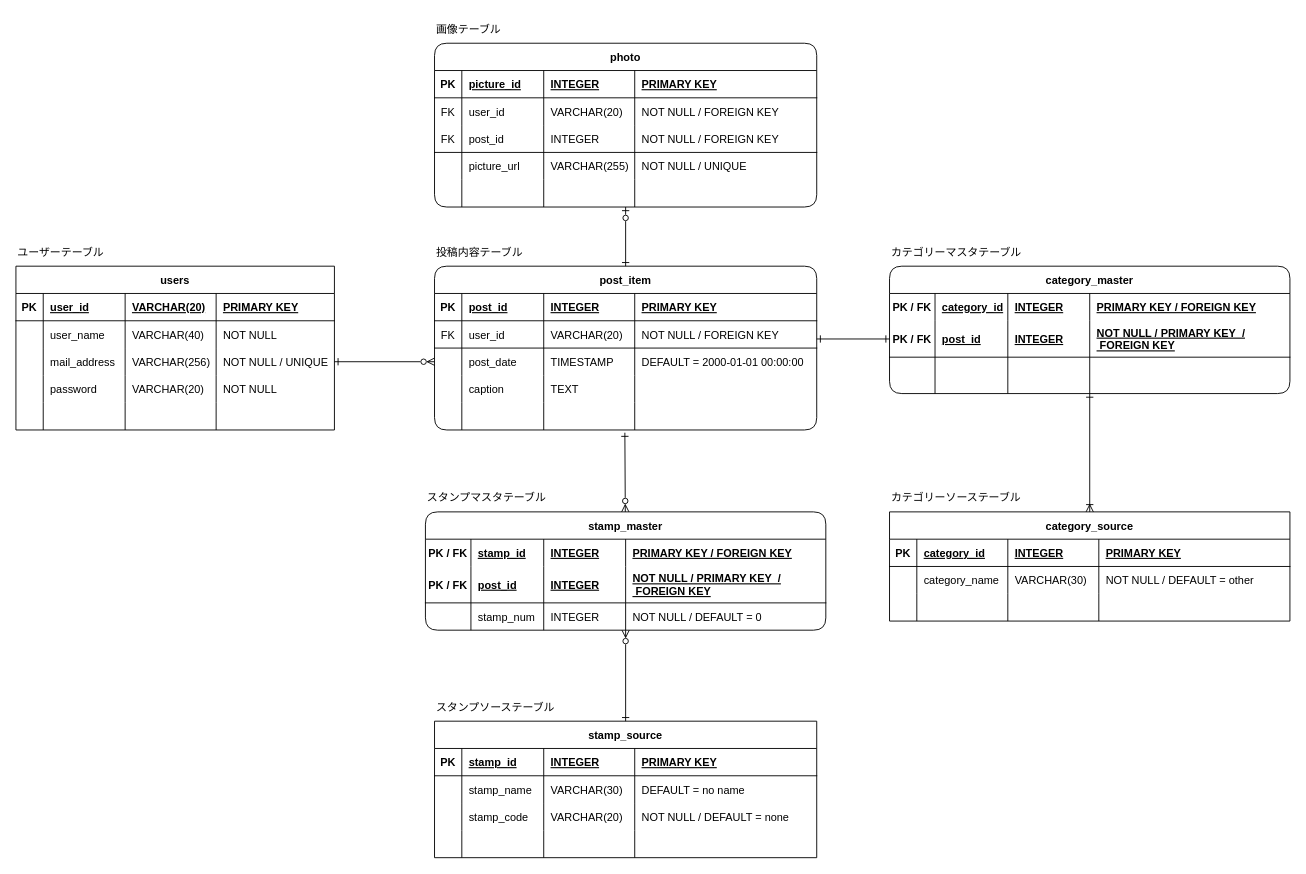
Above: page "物理設計ver" (1 of 2) of ER/er.drawio in minami-mo911/08java28_pj (draw.io), before the change. Source tidied: cells renumbered, new cells numbered last; positions are measured from the earlier drawing's top-left corner, leaving out a move shared by most shapes. Both pictures are drawn from the tidied source at 91%, with x=0, y=0 at pixel (15, 15).
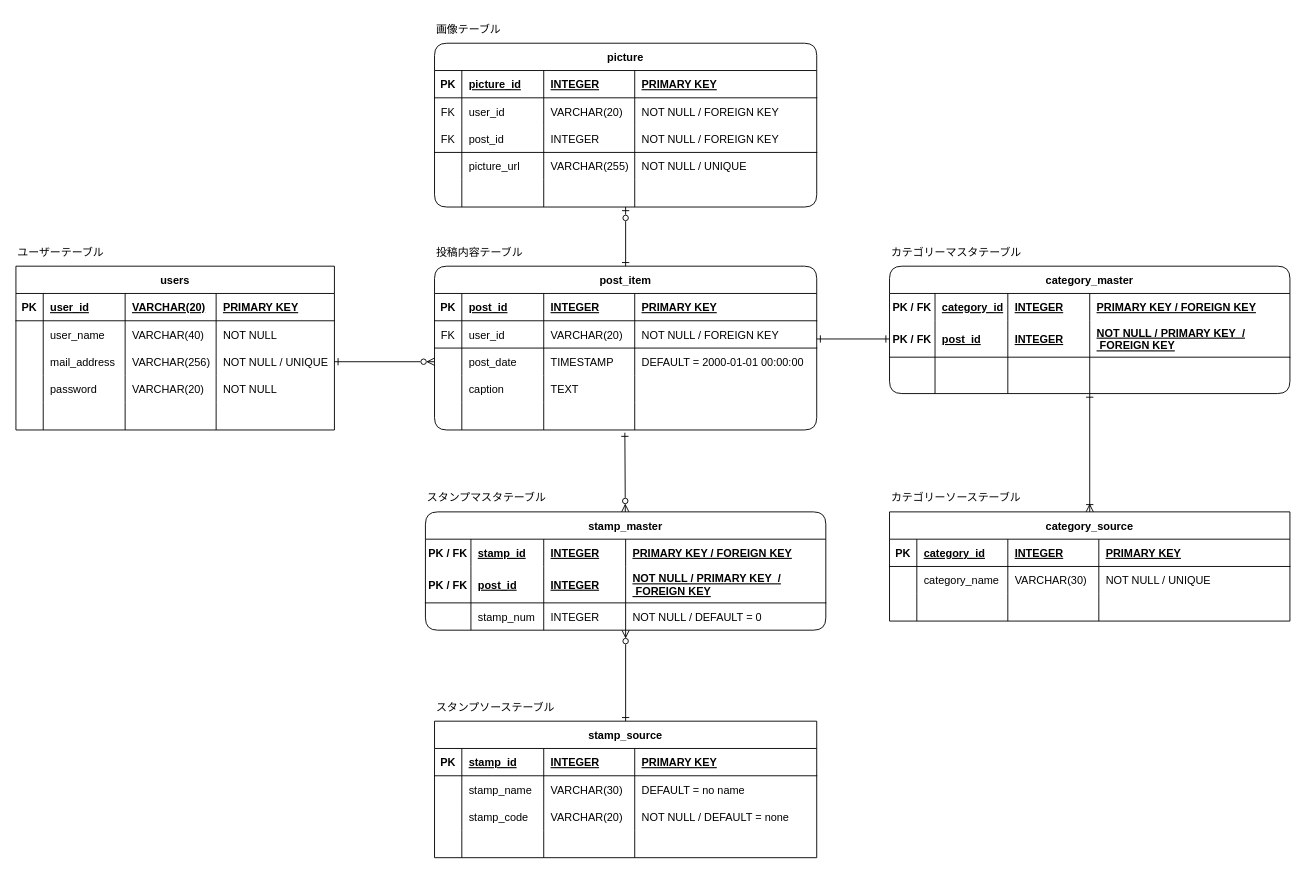
Above is the later version.

The change refers to these unchanged cells:
```xml
<mxCell id="149" style="shape=tableRow;horizontal=0;startSize=0;swimlaneHead=0;swimlaneBody=0;fillColor=none;top=0;left=0;right=0;bottom=0;" parent="143" vertex="1">
  <mxGeometry y="60" width="440" height="30" as="geometry" />
</mxCell>
```

Change to the diagram source:
```diff
@@
-    <mxCell id="75" value="photo" style="shape=table;startSize=30;childLayout=tableLayout;rowLines=0;fontStyle=1;align=center;rounded=1;" parent="1" vertex="1">
+    <mxCell id="75" value="picture" style="shape=table;startSize=30;childLayout=tableLayout;rowLines=0;fontStyle=1;align=center;rounded=1;" parent="1" vertex="1">
       <mxGeometry x="460" y="30" width="420" height="180" as="geometry" />
     </mxCell>
@@
-    <mxCell id="153" value="NOT NULL / DEFAULT = other" style="shape=partialRectangle;fillColor=none;top=0;left=0;bottom=0;right=0;align=left;spacingLeft=6;overflow=hidden;" parent="149" vertex="1">
+    <mxCell id="153" value="NOT NULL / UNIQUE" style="shape=partialRectangle;fillColor=none;top=0;left=0;bottom=0;right=0;align=left;spacingLeft=6;overflow=hidden;" parent="149" vertex="1">
       <mxGeometry x="230" width="210" height="30" as="geometry" />
     </mxCell>
```
